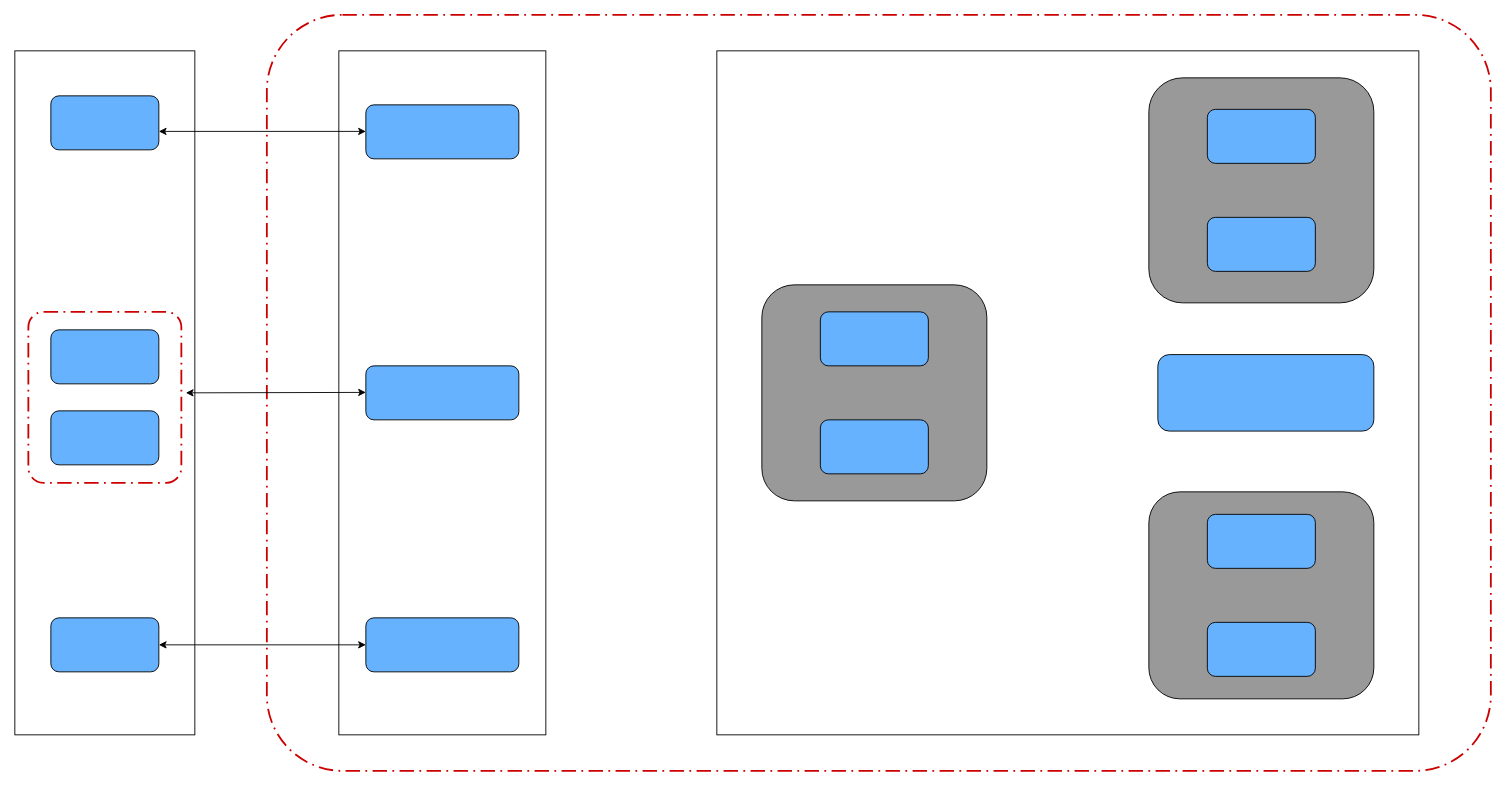
The draw.io diagram Untitled Diagram.drawio in loosker95/Architecture-detaille, before the edit. Source tidied: cells renumbered, new cells numbered last; positions are measured from the earlier drawing's top-left corner, leaving out a move shared by most shapes. Both pictures are drawn from the tidied source at 90%, with x=0, y=0 at pixel (14, 14).
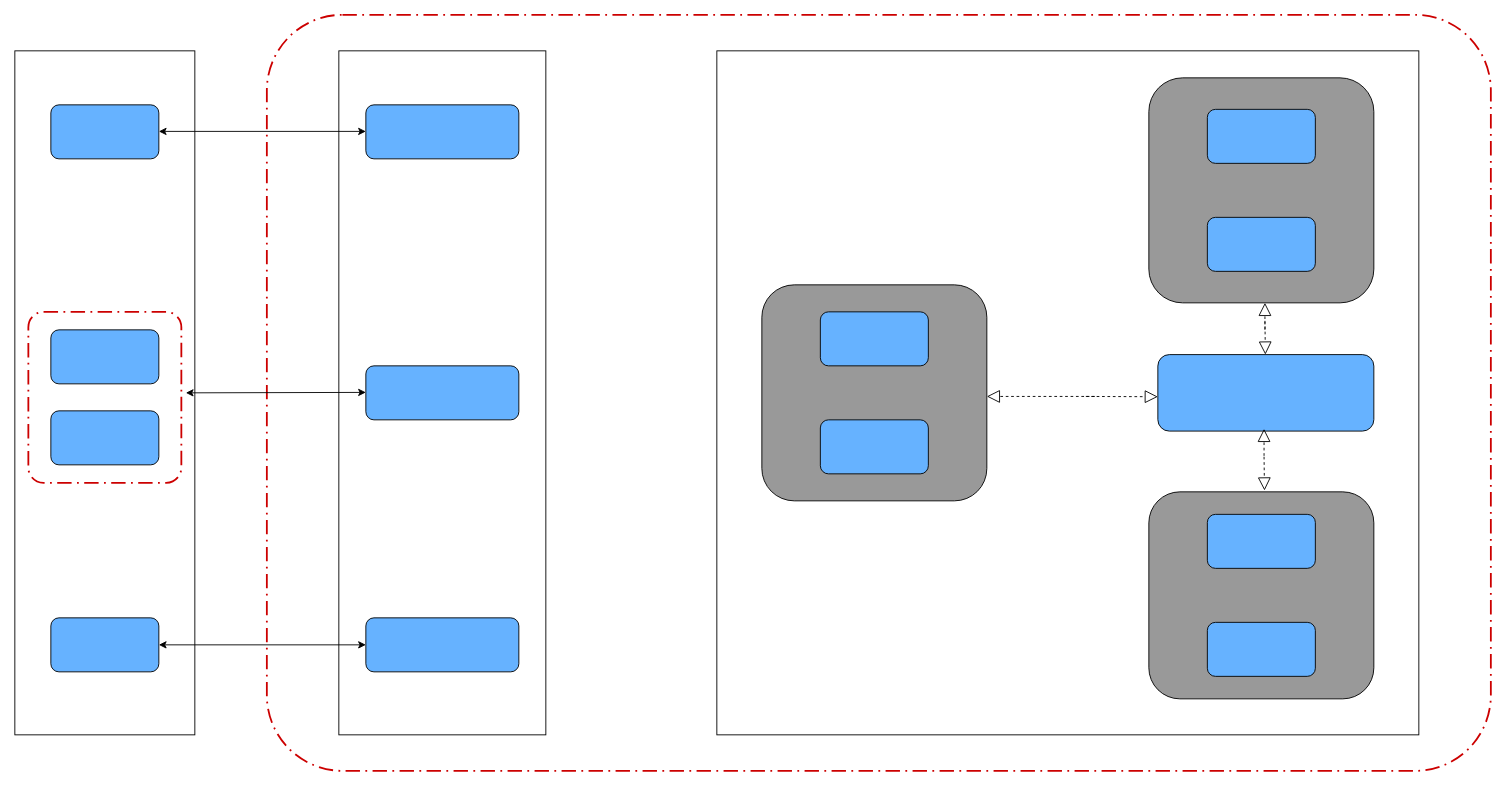
The same diagram, later.

The change refers to these unchanged cells:
```xml
<mxCell id="26" style="rounded=1;whiteSpace=wrap;html=1;fillColor=#66B2FF;" parent="1" vertex="1">
  <mxGeometry x="1270" y="377.5" width="240" height="85" as="geometry" />
</mxCell>
```

Diff of the diagram source:
```diff
@@
     <mxCell id="19" style="rounded=1;whiteSpace=wrap;html=1;fillColor=#66B2FF;" parent="1" vertex="1">
-      <mxGeometry x="40" y="90" width="120" height="60" as="geometry" />
+      <mxGeometry x="40" y="100" width="120" height="60" as="geometry" />
     </mxCell>
@@
+    <mxCell id="27" style="endArrow=block;dashed=1;endFill=0;endSize=12;html=1;" parent="1" edge="1">
+      <mxGeometry relative="1" as="geometry">
+        <mxPoint x="1190" y="424" as="sourcePoint" />
+        <mxPoint x="1270" y="424.3" as="targetPoint" />
+      </mxGeometry>
+    </mxCell>
+    <mxCell id="28" style="endArrow=block;dashed=1;endFill=0;endSize=12;html=1;entryX=1;entryY=0.5;entryDx=0;entryDy=0;" parent="1" edge="1">
+      <mxGeometry relative="1" as="geometry">
+        <mxPoint x="1200" y="424" as="sourcePoint" />
+        <mxPoint x="1080" y="424" as="targetPoint" />
+      </mxGeometry>
+    </mxCell>
+    <mxCell id="29" style="endArrow=block;dashed=1;endFill=0;endSize=12;html=1;strokeColor=#000000;fillColor=#000000;" parent="1" edge="1" target="26">
+      <mxGeometry relative="1" as="geometry">
+        <mxPoint x="1389" y="340" as="sourcePoint" />
+      </mxGeometry>
+    </mxCell>
+    <mxCell id="30" style="endArrow=block;dashed=1;endFill=0;endSize=12;html=1;strokeColor=#000000;fillColor=#000000;entryX=0.5;entryY=1;entryDx=0;entryDy=0;" parent="1" edge="1">
+      <mxGeometry relative="1" as="geometry">
+        <mxPoint x="1389" y="350" as="sourcePoint" />
+        <mxPoint x="1389" y="320" as="targetPoint" />
+      </mxGeometry>
+    </mxCell>
+    <mxCell id="31" style="endArrow=block;dashed=1;endFill=0;endSize=12;html=1;strokeColor=#000000;fillColor=#000000;" parent="1" edge="1">
+      <mxGeometry relative="1" as="geometry">
+        <mxPoint x="1388" y="491" as="sourcePoint" />
+        <mxPoint x="1388.5" y="528.5" as="targetPoint" />
+      </mxGeometry>
+    </mxCell>
+    <mxCell id="32" style="endArrow=block;dashed=1;endFill=0;endSize=12;html=1;strokeColor=#000000;fillColor=#000000;entryX=0.5;entryY=1;entryDx=0;entryDy=0;" parent="1" edge="1">
+      <mxGeometry relative="1" as="geometry">
+        <mxPoint x="1388" y="490" as="sourcePoint" />
+        <mxPoint x="1388" y="460" as="targetPoint" />
+      </mxGeometry>
+    </mxCell>
```
